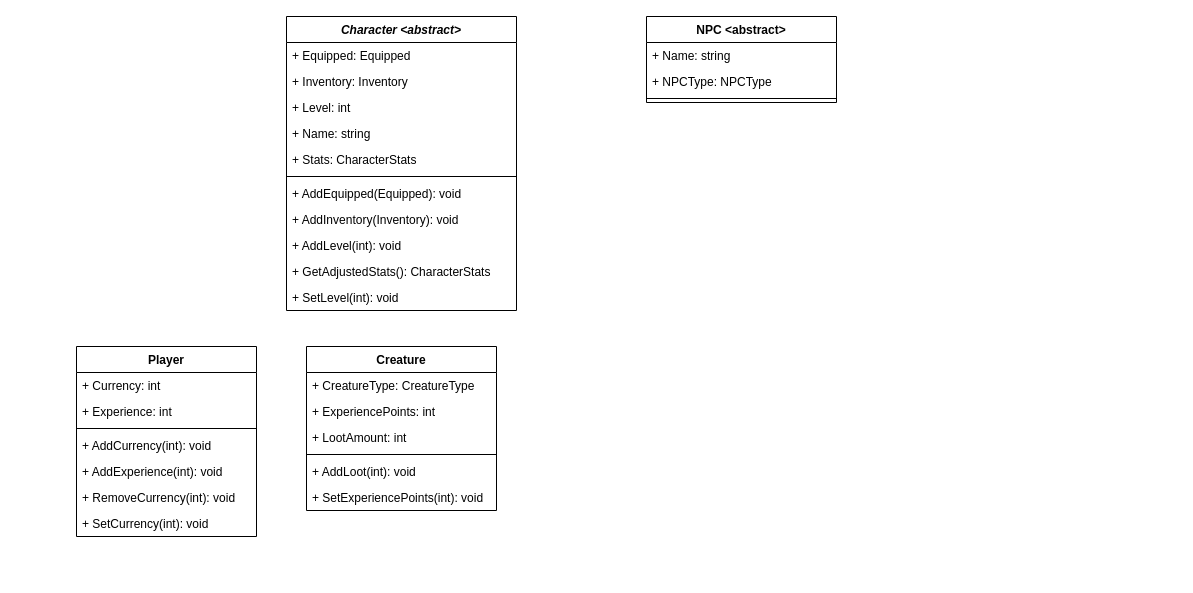
Earlier version of the draw.io diagram docs/design/domain_models/characters.drawio (scottfalbo/GameEngine). Source tidied: cells renumbered, new cells numbered last; positions are measured from the earlier drawing's top-left corner, leaving out a move shared by most shapes. Both pictures are drawn from the tidied source at 100%, with x=0, y=0 at pixel (76, 16).
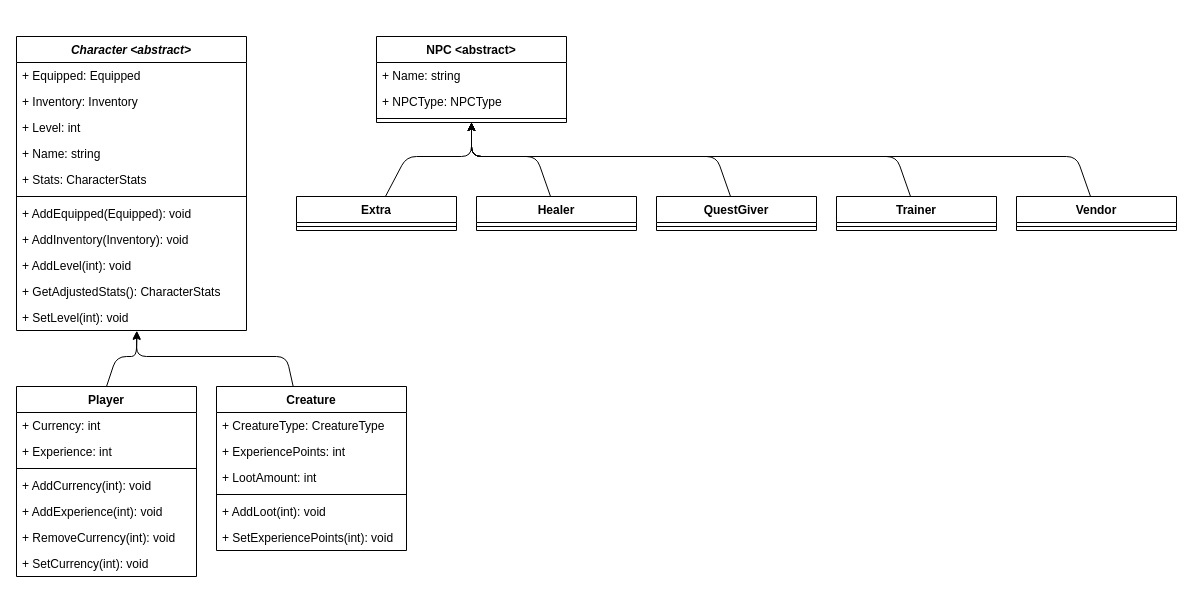
The same diagram, later.

Unchanged cells that the change refers to:
```xml
<mxCell id="13" value="+ SetLevel(int): void" style="text;strokeColor=none;fillColor=none;align=left;verticalAlign=top;spacingLeft=4;spacingRight=4;overflow=hidden;points=[[0,0.5],[1,0.5]];portConstraint=eastwest;" parent="2" vertex="1">
  <mxGeometry y="268" width="230" height="26" as="geometry" />
</mxCell>
```

Diff of the diagram source:
```diff
@@
     <mxCell id="2" value="Character &lt;abstract&gt;" style="swimlane;fontStyle=3;align=center;verticalAlign=top;horizontal=1;startSize=26;" parent="1" vertex="1">
-      <mxGeometry x="210" width="230" height="294" as="geometry" />
+      <mxGeometry x="-60" y="20" width="230" height="294" as="geometry" />
     </mxCell>
@@
+    <mxCell id="33" style="edgeStyle=none;html=1;entryX=0.523;entryY=1.008;entryDx=0;entryDy=0;entryPerimeter=0;exitX=0.5;exitY=0;exitDx=0;exitDy=0;" parent="1" edge="1" source="14" target="13">
+      <mxGeometry relative="1" as="geometry">
+        <Array as="points">
+          <mxPoint x="40" y="340" />
+          <mxPoint x="60" y="340" />
+        </Array>
+      </mxGeometry>
+    </mxCell>
     <mxCell id="14" value="Player" style="swimlane;fontStyle=1;align=center;verticalAlign=top;horizontal=1;startSize=26;" parent="1" vertex="1">
-      <mxGeometry y="330" width="180" height="190" as="geometry" />
+      <mxGeometry x="-60" y="370" width="180" height="190" as="geometry" />
     </mxCell>
@@
+    <mxCell id="34" style="edgeStyle=none;html=1;entryX=0.523;entryY=1.038;entryDx=0;entryDy=0;entryPerimeter=0;" parent="1" edge="1" source="22" target="13">
+      <mxGeometry relative="1" as="geometry">
+        <Array as="points">
+          <mxPoint x="210" y="340" />
+          <mxPoint x="60" y="340" />
+        </Array>
+      </mxGeometry>
+    </mxCell>
     <mxCell id="22" value="Creature" style="swimlane;fontStyle=1;align=center;verticalAlign=top;horizontal=1;startSize=26;" parent="1" vertex="1">
-      <mxGeometry x="230" y="330" width="190" height="164" as="geometry" />
+      <mxGeometry x="140" y="370" width="190" height="164" as="geometry" />
     </mxCell>
@@
     <mxCell id="29" value="NPC &lt;abstract&gt;" style="swimlane;fontStyle=1;align=center;verticalAlign=top;horizontal=1;startSize=26;" parent="1" vertex="1">
-      <mxGeometry x="570" width="190" height="86" as="geometry" />
+      <mxGeometry x="300" y="20" width="190" height="86" as="geometry" />
     </mxCell>
@@
+    <mxCell id="35" style="edgeStyle=none;html=1;entryX=0.5;entryY=1;entryDx=0;entryDy=0;" parent="1" edge="1" source="36" target="29">
+      <mxGeometry relative="1" as="geometry">
+        <Array as="points">
+          <mxPoint x="330" y="140" />
+          <mxPoint x="395" y="140" />
+        </Array>
+      </mxGeometry>
+    </mxCell>
+    <mxCell id="36" value="Extra" style="swimlane;fontStyle=1;align=center;verticalAlign=top;horizontal=1;startSize=26;" parent="1" vertex="1">
+      <mxGeometry x="220" y="180" width="160" height="34" as="geometry" />
+    </mxCell>
+    <mxCell id="37" style="line;strokeWidth=1;fillColor=none;align=left;verticalAlign=middle;spacingTop=-1;spacingLeft=3;spacingRight=3;labelPosition=right;strokeColor=inherit;" parent="36" vertex="1">
+      <mxGeometry y="26" width="160" height="8" as="geometry" />
+    </mxCell>
+    <mxCell id="38" style="edgeStyle=none;html=1;entryX=0.5;entryY=1;entryDx=0;entryDy=0;" parent="1" edge="1" source="39" target="29">
+      <mxGeometry relative="1" as="geometry">
+        <Array as="points">
+          <mxPoint x="460" y="140" />
+          <mxPoint x="395" y="140" />
+        </Array>
+      </mxGeometry>
+    </mxCell>
+    <mxCell id="39" value="Healer" style="swimlane;fontStyle=1;align=center;verticalAlign=top;horizontal=1;startSize=26;" parent="1" vertex="1">
+      <mxGeometry x="400" y="180" width="160" height="34" as="geometry" />
+    </mxCell>
+    <mxCell id="40" style="line;strokeWidth=1;fillColor=none;align=left;verticalAlign=middle;spacingTop=-1;spacingLeft=3;spacingRight=3;labelPosition=right;strokeColor=inherit;" parent="39" vertex="1">
+      <mxGeometry y="26" width="160" height="8" as="geometry" />
+    </mxCell>
+    <mxCell id="41" style="edgeStyle=none;html=1;entryX=0.5;entryY=1;entryDx=0;entryDy=0;" parent="1" edge="1" source="42" target="29">
+      <mxGeometry relative="1" as="geometry">
+        <Array as="points">
+          <mxPoint x="640" y="140" />
+          <mxPoint x="395" y="140" />
+        </Array>
+      </mxGeometry>
+    </mxCell>
+    <mxCell id="42" value="QuestGiver" style="swimlane;fontStyle=1;align=center;verticalAlign=top;horizontal=1;startSize=26;" parent="1" vertex="1">
+      <mxGeometry x="580" y="180" width="160" height="34" as="geometry" />
+    </mxCell>
+    <mxCell id="43" style="line;strokeWidth=1;fillColor=none;align=left;verticalAlign=middle;spacingTop=-1;spacingLeft=3;spacingRight=3;labelPosition=right;strokeColor=inherit;" parent="42" vertex="1">
+      <mxGeometry y="26" width="160" height="8" as="geometry" />
+    </mxCell>
+    <mxCell id="44" style="edgeStyle=none;html=1;entryX=0.5;entryY=1;entryDx=0;entryDy=0;" parent="1" edge="1" source="45" target="29">
+      <mxGeometry relative="1" as="geometry">
+        <Array as="points">
+          <mxPoint x="820" y="140" />
+          <mxPoint x="395" y="140" />
+        </Array>
+      </mxGeometry>
+    </mxCell>
+    <mxCell id="45" value="Trainer" style="swimlane;fontStyle=1;align=center;verticalAlign=top;horizontal=1;startSize=26;" parent="1" vertex="1">
+      <mxGeometry x="760" y="180" width="160" height="34" as="geometry" />
+    </mxCell>
+    <mxCell id="46" style="line;strokeWidth=1;fillColor=none;align=left;verticalAlign=middle;spacingTop=-1;spacingLeft=3;spacingRight=3;labelPosition=right;strokeColor=inherit;" parent="45" vertex="1">
+      <mxGeometry y="26" width="160" height="8" as="geometry" />
+    </mxCell>
+    <mxCell id="47" style="edgeStyle=none;html=1;entryX=0.5;entryY=1;entryDx=0;entryDy=0;" parent="1" edge="1" source="48" target="29">
+      <mxGeometry relative="1" as="geometry">
+        <Array as="points">
+          <mxPoint x="1000" y="140" />
+          <mxPoint x="395" y="140" />
+        </Array>
+      </mxGeometry>
+    </mxCell>
+    <mxCell id="48" value="Vendor" style="swimlane;fontStyle=1;align=center;verticalAlign=top;horizontal=1;startSize=26;" parent="1" vertex="1">
+      <mxGeometry x="940" y="180" width="160" height="34" as="geometry" />
+    </mxCell>
+    <mxCell id="49" style="line;strokeWidth=1;fillColor=none;align=left;verticalAlign=middle;spacingTop=-1;spacingLeft=3;spacingRight=3;labelPosition=right;strokeColor=inherit;" parent="48" vertex="1">
+      <mxGeometry y="26" width="160" height="8" as="geometry" />
+    </mxCell>
```
